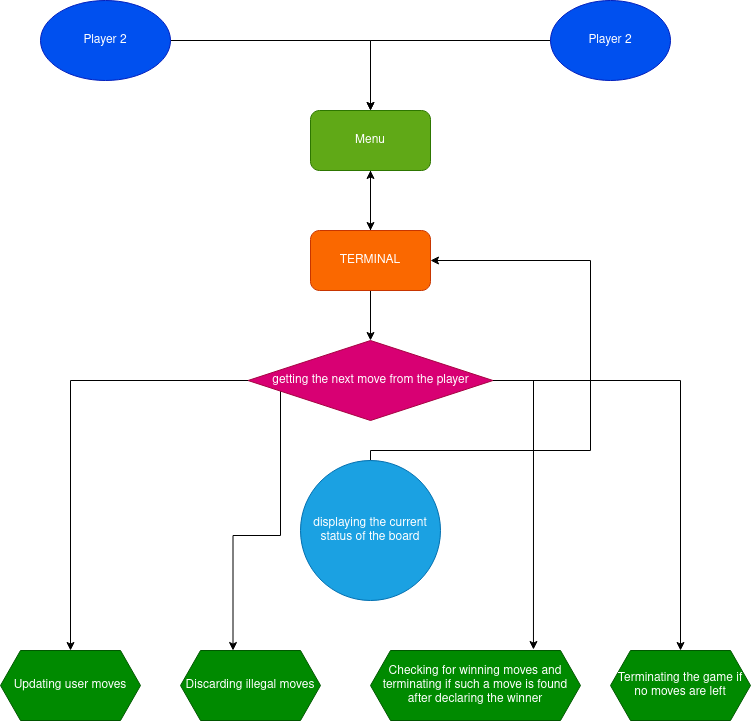
Above: 2_Architecture/HLL.png in jayavaidy/LTTSMiniProj_Connect4 (draw.io), before the change. Source tidied: cells renumbered, new cells last; positions are measured from the earlier drawing's top-left corner, leaving out a move shared by most shapes. Its diagram source:
```xml
<mxGraphModel>
  <root>
    <mxCell id="0" />
    <mxCell id="1" parent="0" />
    <mxCell id="2" style="edgeStyle=orthogonalEdgeStyle;rounded=0;jettySize=auto;html=1;" parent="1" edge="1" source="4" target="10">
      <mxGeometry relative="1" as="geometry" />
    </mxCell>
    <mxCell id="3" style="edgeStyle=orthogonalEdgeStyle;rounded=0;jettySize=auto;html=1;exitX=0.5;exitY=1;exitDx=0;exitDy=0;" parent="1" edge="1" source="4" target="19">
      <mxGeometry relative="1" as="geometry" />
    </mxCell>
    <mxCell id="4" value="TERMINAL" style="rounded=1;whiteSpace=wrap;html=1;gradientDirection=north;fillColor=#fa6800;strokeColor=#C73500;fontColor=#ffffff;" parent="1" vertex="1">
      <mxGeometry x="310" y="230" width="120" height="60" as="geometry" />
    </mxCell>
    <mxCell id="5" style="edgeStyle=orthogonalEdgeStyle;rounded=0;jettySize=auto;html=1;" parent="1" edge="1" source="6" target="10">
      <mxGeometry relative="1" as="geometry" />
    </mxCell>
    <mxCell id="6" value="Player 2" style="ellipse;whiteSpace=wrap;html=1;fillColor=#0050ef;strokeColor=#001DBC;fontColor=#ffffff;" parent="1" vertex="1">
      <mxGeometry x="40" width="130" height="80" as="geometry" />
    </mxCell>
    <mxCell id="7" style="edgeStyle=orthogonalEdgeStyle;rounded=0;jettySize=auto;html=1;" parent="1" edge="1" source="8" target="10">
      <mxGeometry relative="1" as="geometry" />
    </mxCell>
    <mxCell id="8" value="Player 2" style="ellipse;whiteSpace=wrap;html=1;fillColor=#0050ef;strokeColor=#001DBC;fontColor=#ffffff;" parent="1" vertex="1">
      <mxGeometry x="550" width="120" height="80" as="geometry" />
    </mxCell>
    <mxCell id="9" style="edgeStyle=orthogonalEdgeStyle;rounded=0;jettySize=auto;html=1;exitX=0.5;exitY=1;exitDx=0;exitDy=0;entryX=0.5;entryY=0;entryDx=0;entryDy=0;" parent="1" edge="1" source="10" target="4">
      <mxGeometry relative="1" as="geometry" />
    </mxCell>
    <mxCell id="10" value="Menu" style="rounded=1;whiteSpace=wrap;html=1;fillColor=#60a917;strokeColor=#2D7600;fontColor=#ffffff;" parent="1" vertex="1">
      <mxGeometry x="310" y="110" width="120" height="60" as="geometry" />
    </mxCell>
    <mxCell id="11" value="Updating user moves" style="shape=hexagon;perimeter=hexagonPerimeter2;whiteSpace=wrap;html=1;fixedSize=1;fillColor=#008a00;strokeColor=#005700;fontColor=#ffffff;" parent="1" vertex="1">
      <mxGeometry y="650" width="140" height="70" as="geometry" />
    </mxCell>
    <mxCell id="12" value="Discarding illegal moves" style="shape=hexagon;perimeter=hexagonPerimeter2;whiteSpace=wrap;html=1;fixedSize=1;fillColor=#008a00;strokeColor=#005700;fontColor=#ffffff;" parent="1" vertex="1">
      <mxGeometry x="180" y="650" width="140" height="70" as="geometry" />
    </mxCell>
    <mxCell id="13" value="Checking for winning moves and terminating if such a move is found after declaring the winner" style="shape=hexagon;perimeter=hexagonPerimeter2;whiteSpace=wrap;html=1;fixedSize=1;fillColor=#008a00;strokeColor=#005700;fontColor=#ffffff;" parent="1" vertex="1">
      <mxGeometry x="370" y="650" width="210" height="70" as="geometry" />
    </mxCell>
    <mxCell id="14" value="Terminating the game if no moves are left" style="shape=hexagon;perimeter=hexagonPerimeter2;whiteSpace=wrap;html=1;fixedSize=1;fillColor=#008a00;strokeColor=#005700;fontColor=#ffffff;" parent="1" vertex="1">
      <mxGeometry x="610" y="650" width="140" height="70" as="geometry" />
    </mxCell>
    <mxCell id="15" style="edgeStyle=orthogonalEdgeStyle;rounded=0;jettySize=auto;html=1;" parent="1" edge="1" source="19" target="11">
      <mxGeometry relative="1" as="geometry" />
    </mxCell>
    <mxCell id="16" style="edgeStyle=orthogonalEdgeStyle;rounded=0;jettySize=auto;html=1;entryX=0.375;entryY=0;entryDx=0;entryDy=0;" parent="1" edge="1" source="19" target="12">
      <mxGeometry relative="1" as="geometry">
        <Array as="points">
          <mxPoint x="280" y="535" />
          <mxPoint x="233" y="535" />
        </Array>
      </mxGeometry>
    </mxCell>
    <mxCell id="17" style="edgeStyle=orthogonalEdgeStyle;rounded=0;jettySize=auto;html=1;entryX=0.776;entryY=-0.014;entryDx=0;entryDy=0;entryPerimeter=0;" parent="1" edge="1" source="19" target="13">
      <mxGeometry relative="1" as="geometry">
        <Array as="points">
          <mxPoint x="533" y="380" />
        </Array>
      </mxGeometry>
    </mxCell>
    <mxCell id="18" style="edgeStyle=orthogonalEdgeStyle;rounded=0;jettySize=auto;html=1;" parent="1" edge="1" source="19" target="14">
      <mxGeometry relative="1" as="geometry" />
    </mxCell>
    <mxCell id="19" value="getting the next move from the player" style="rhombus;whiteSpace=wrap;html=1;fillColor=#d80073;strokeColor=#A50040;fontColor=#ffffff;" parent="1" vertex="1">
      <mxGeometry x="247.5" y="340" width="245" height="80" as="geometry" />
    </mxCell>
    <mxCell id="20" style="edgeStyle=orthogonalEdgeStyle;rounded=0;jettySize=auto;html=1;entryX=1;entryY=0.5;entryDx=0;entryDy=0;" parent="1" edge="1" source="21" target="4">
      <mxGeometry relative="1" as="geometry">
        <Array as="points">
          <mxPoint x="370" y="450" />
          <mxPoint x="590" y="450" />
          <mxPoint x="590" y="260" />
        </Array>
      </mxGeometry>
    </mxCell>
    <mxCell id="21" value="displaying the current status of the board" style="ellipse;whiteSpace=wrap;html=1;fillColor=#1ba1e2;strokeColor=#006EAF;fontColor=#ffffff;" parent="1" vertex="1">
      <mxGeometry x="300" y="460" width="140" height="140" as="geometry" />
    </mxCell>
  </root>
</mxGraphModel>
```
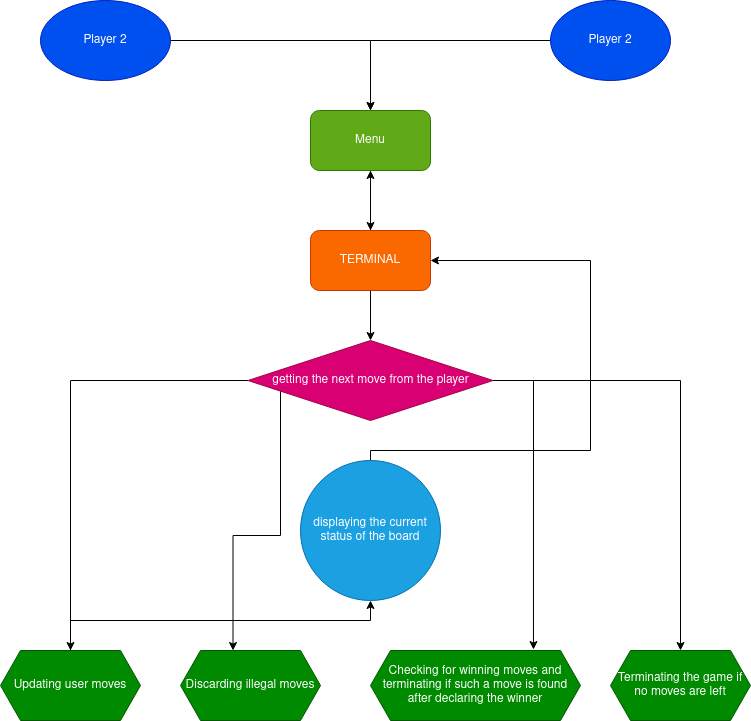
Later version of the same file.

Change to the diagram source:
```diff
@@ -29,6 +29,14 @@
     <mxCell id="10" value="Menu" style="rounded=1;whiteSpace=wrap;html=1;fillColor=#60a917;strokeColor=#2D7600;fontColor=#ffffff;" parent="1" vertex="1">
       <mxGeometry x="310" y="110" width="120" height="60" as="geometry" />
     </mxCell>
+    <mxCell id="22" style="edgeStyle=orthogonalEdgeStyle;rounded=0;jettySize=auto;html=1;" parent="1" edge="1" source="11" target="21">
+      <mxGeometry relative="1" as="geometry">
+        <Array as="points">
+          <mxPoint x="70" y="620" />
+          <mxPoint x="370" y="620" />
+        </Array>
+      </mxGeometry>
+    </mxCell>
     <mxCell id="11" value="Updating user moves" style="shape=hexagon;perimeter=hexagonPerimeter2;whiteSpace=wrap;html=1;fixedSize=1;fillColor=#008a00;strokeColor=#005700;fontColor=#ffffff;" parent="1" vertex="1">
       <mxGeometry y="650" width="140" height="70" as="geometry" />
     </mxCell>
```
